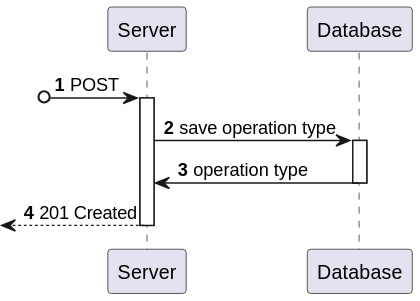
Above: docs/sprint-a/us-5.1.20/views/level3/process-view.svg in 1220846/sem5pi-24-25-3ddg20 (PlantUML), before the change.
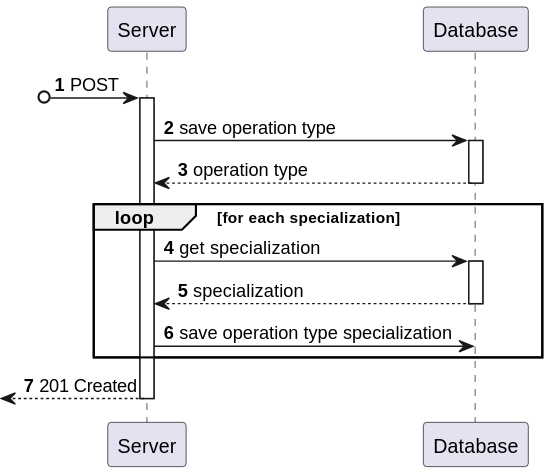
After the commit.

Commit message:
docs: fix process-view level 2 and 3 #20

The edit, as a diff of the source:
```diff
@@ -12,9 +12,22 @@
 
     activate Database
 
-        Database -> Server : operation type
+        Database --> Server : operation type
 
     deactivate Database
+
+    loop for each specialization
+
+        Server -> Database : get specialization
+
+        activate Database
+
+            Database --> Server : specialization
+
+        deactivate Database
+
+        Server -> Database : save operation type specialization
+    end
 
     <-- Server : 201 Created
 
```
